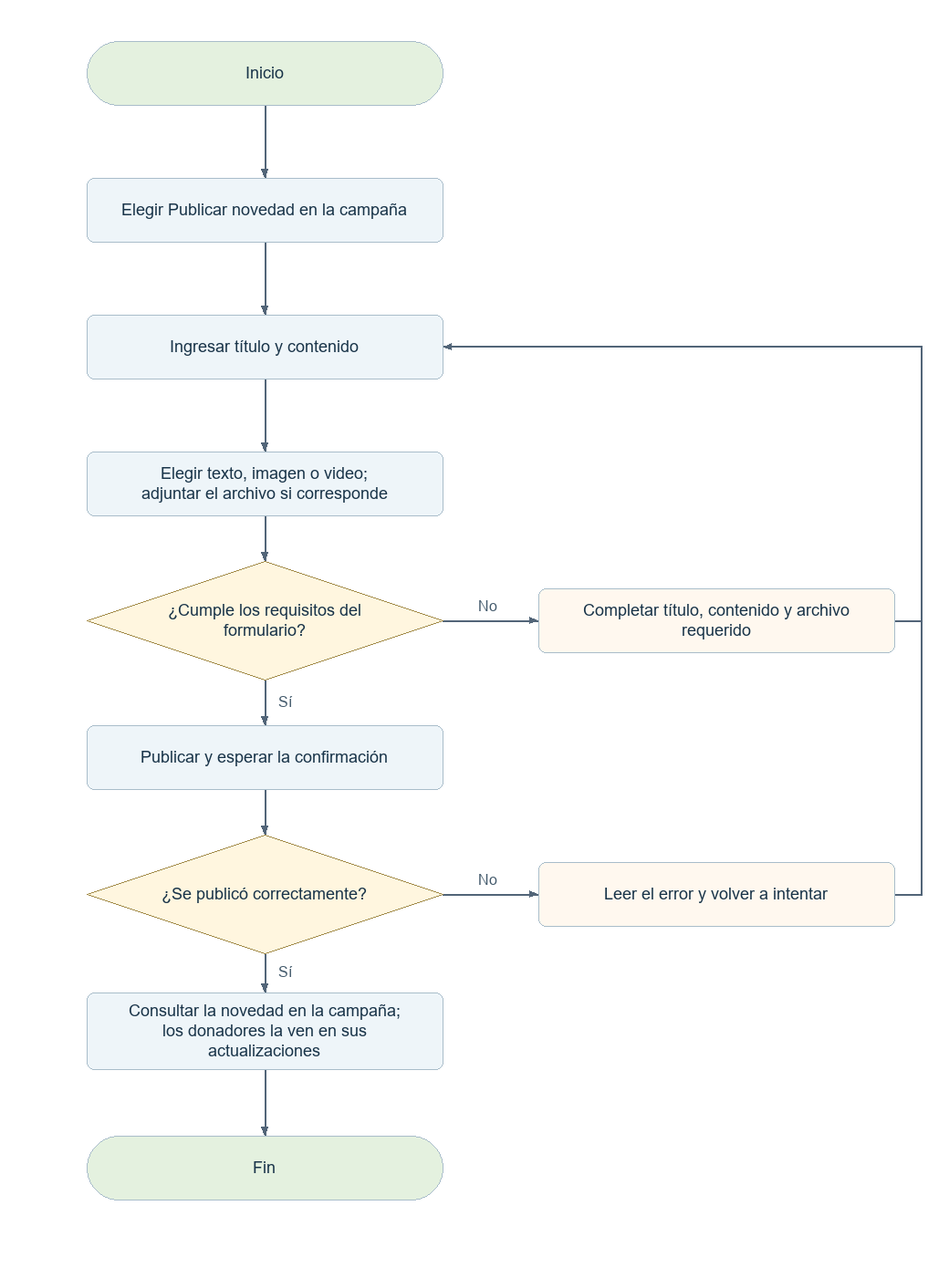
elingeyesdev/t3-crowdfunding-inversion keeps this Mermaid diagram as docs/diagramas-web/png/E09.png. Above is the earlier version. Its source is kept beside it as docs/diagramas-web/mermaid/E09.mmd.
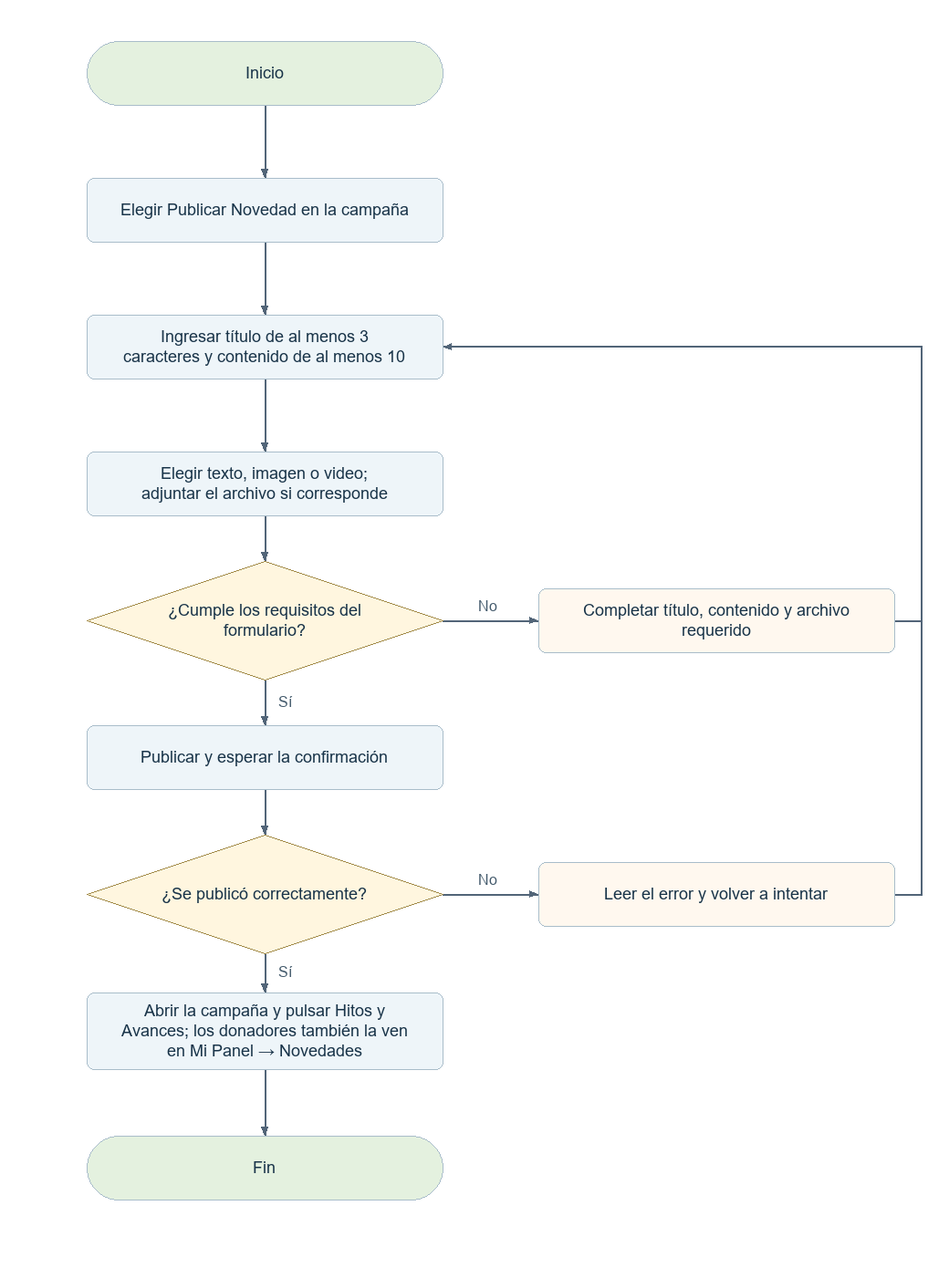
The same file after the commit.

The edit, as a diff of the source:
```diff
@@ -1,9 +1,9 @@
 flowchart TD
   N0(["Inicio"])
   N0 --> N1
-  N1["Elegir Publicar novedad en la campaña"]
+  N1["Elegir Publicar Novedad en la campaña"]
   N1 --> N2
-  N2["Ingresar título y contenido"]
+  N2["Ingresar título de al menos 3 caracteres y contenido de al menos 10"]
   N2 --> N3
   N3["Elegir texto, imagen o video; adjuntar el archivo si corresponde"]
   N3 --> N4
@@ -19,6 +19,6 @@
   B6["Leer el error y volver a intentar"]
   N6 -->|"No"| B6
   B6 --> N2
-  N7["Consultar la novedad en la campaña; los donadores la ven en sus actualizaciones"]
+  N7["Abrir la campaña y pulsar Hitos y Avances; los donadores también la ven en Mi Panel → Novedades"]
   N7 --> N8
   N8(["Fin"])
```
